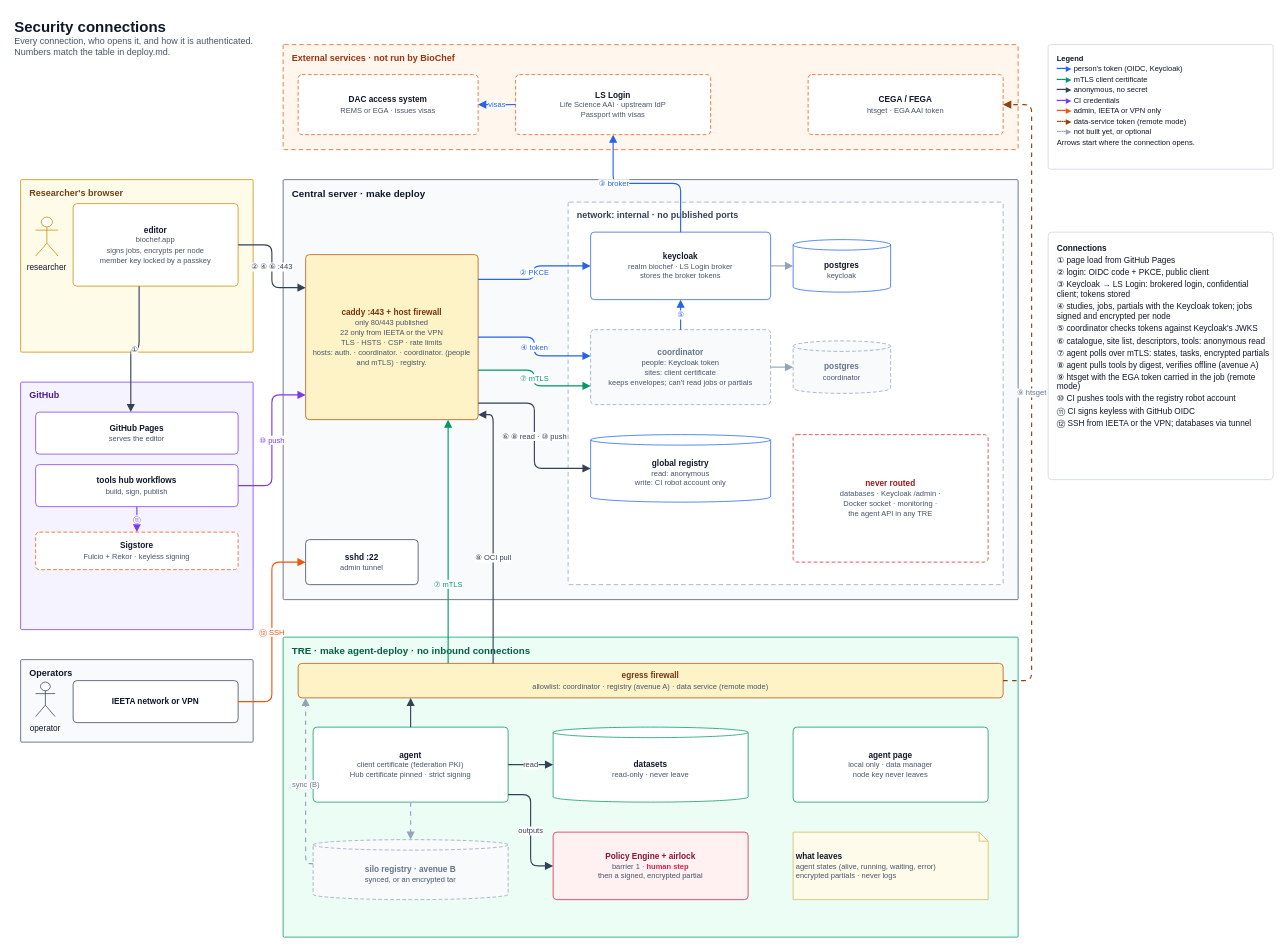
The draw.io diagram docs/diagrams/05-security-connections.drawio in ieeta-pt/biochef-infra, before the edit. Source tidied: cells renumbered, new cells numbered last; positions are measured from the earlier drawing's top-left corner, leaving out a move shared by most shapes. Both pictures are drawn from the tidied source at 75%, with x=0, y=0 at pixel (13, 13).
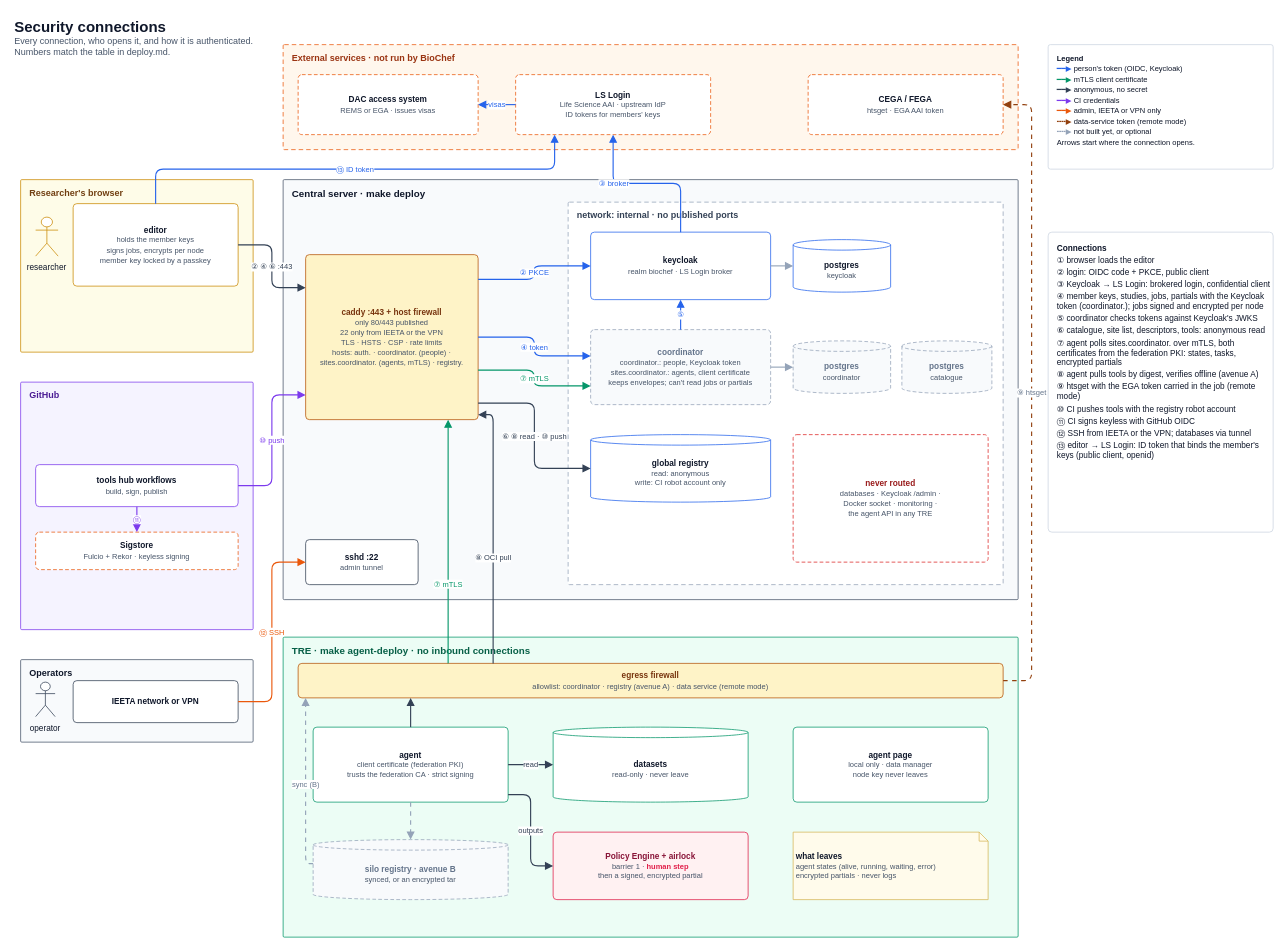
Above is the later version.

The change refers to these unchanged cells:
```xml
<mxCell id="3" value="External services · not run by BioChef" style="rounded=1;arcSize=3;absoluteArcSize=1;html=1;whiteSpace=wrap;verticalAlign=top;align=left;spacingLeft=10;spacingTop=4;fontSize=12;fontStyle=1;fillColor=#fff7ed;strokeColor=#ea580c;fontColor=#9a3412;dashed=1;dashPattern=6 4;" parent="1" vertex="1">
  <mxGeometry x="360" y="42" width="980" height="140" as="geometry" />
</mxCell>
<mxCell id="7" value="Researcher's browser" style="rounded=1;arcSize=3;absoluteArcSize=1;html=1;whiteSpace=wrap;verticalAlign=top;align=left;spacingLeft=10;spacingTop=4;fontSize=12;fontStyle=1;fillColor=#fefce8;strokeColor=#ca8a04;fontColor=#713f12;" parent="1" vertex="1">
  <mxGeometry x="10" y="222" width="310" height="230" as="geometry" />
</mxCell>
<mxCell id="10" value="GitHub" style="rounded=1;arcSize=3;absoluteArcSize=1;html=1;whiteSpace=wrap;verticalAlign=top;align=left;spacingLeft=10;spacingTop=4;fontSize=12;fontStyle=1;fillColor=#f5f3ff;strokeColor=#7c3aed;fontColor=#4c1d95;" parent="1" vertex="1">
  <mxGeometry x="10" y="492" width="310" height="330" as="geometry" />
</mxCell>
<mxCell id="17" value="Central server · make deploy" style="rounded=1;arcSize=3;absoluteArcSize=1;html=1;whiteSpace=wrap;verticalAlign=top;align=left;spacingLeft=10;spacingTop=4;fontSize=13;fontStyle=1;fillColor=#f8fafc;strokeColor=#475569;fontColor=#0f172a;" parent="1" vertex="1">
  <mxGeometry x="360" y="222" width="980" height="560" as="geometry" />
</mxCell>
<mxCell id="20" value="network: internal · no published ports" style="rounded=1;arcSize=3;absoluteArcSize=1;html=1;whiteSpace=wrap;verticalAlign=top;align=left;spacingLeft=10;spacingTop=4;fontSize=12;fontStyle=1;fillColor=#ffffff;strokeColor=#94a3b8;fontColor=#334155;dashed=1;dashPattern=6 4;" parent="17" vertex="1">
  <mxGeometry x="380" y="30" width="580" height="510" as="geometry" />
</mxCell>
<mxCell id="27" value="TRE · make agent-deploy · no inbound connections" style="rounded=1;arcSize=3;absoluteArcSize=1;html=1;whiteSpace=wrap;verticalAlign=top;align=left;spacingLeft=10;spacingTop=4;fontSize=13;fontStyle=1;fillColor=#ecfdf5;strokeColor=#059669;fontColor=#065f46;" parent="1" vertex="1">
  <mxGeometry x="360" y="832" width="980" height="400" as="geometry" />
</mxCell>
```

Change to the diagram source:
```diff
@@
-    <mxCell id="5" value="&lt;b&gt;LS Login&lt;/b&gt;&lt;br&gt;&lt;font style=&quot;font-size:10px&quot; color=&quot;#475569&quot;&gt;Life Science AAI · upstream IdP&lt;/font&gt;&lt;br&gt;&lt;font style=&quot;font-size:10px&quot; color=&quot;#475569&quot;&gt;Passport with visas&lt;/font&gt;" style="html=1;whiteSpace=wrap;fontSize=11;fillColor=#ffffff;strokeColor=#ea580c;fontColor=#0f172a;align=center;verticalAlign=middle;spacing=4;dashed=1;dashPattern=5 3;rounded=1;arcSize=10;absoluteArcSize=1;" parent="3" vertex="1">
+    <mxCell id="5" value="&lt;b&gt;LS Login&lt;/b&gt;&lt;br&gt;&lt;font style=&quot;font-size:10px&quot; color=&quot;#475569&quot;&gt;Life Science AAI · upstream IdP&lt;/font&gt;&lt;br&gt;&lt;font style=&quot;font-size:10px&quot; color=&quot;#475569&quot;&gt;ID tokens for members' keys&lt;/font&gt;" style="html=1;whiteSpace=wrap;fontSize=11;fillColor=#ffffff;strokeColor=#ea580c;fontColor=#0f172a;align=center;verticalAlign=middle;spacing=4;dashed=1;dashPattern=5 3;rounded=1;arcSize=10;absoluteArcSize=1;" parent="3" vertex="1">
       <mxGeometry x="310" y="40" width="260" height="80" as="geometry" />
     </mxCell>
@@
-    <mxCell id="9" value="&lt;b&gt;editor&lt;/b&gt;&lt;br&gt;&lt;font style=&quot;font-size:10px&quot; color=&quot;#475569&quot;&gt;biochef.app&lt;/font&gt;&lt;br&gt;&lt;font style=&quot;font-size:10px&quot; color=&quot;#475569&quot;&gt;signs jobs, encrypts per node&lt;/font&gt;&lt;br&gt;&lt;font style=&quot;font-size:10px&quot; color=&quot;#475569&quot;&gt;member key locked by a passkey&lt;/font&gt;" style="html=1;whiteSpace=wrap;fontSize=11;fillColor=#ffffff;strokeColor=#ca8a04;fontColor=#0f172a;align=center;verticalAlign=middle;spacing=4;rounded=1;arcSize=10;absoluteArcSize=1;" parent="7" vertex="1">
+    <mxCell id="9" value="&lt;b&gt;editor&lt;/b&gt;&lt;br&gt;&lt;font style=&quot;font-size:10px&quot; color=&quot;#475569&quot;&gt;holds the member keys&lt;/font&gt;&lt;br&gt;&lt;font style=&quot;font-size:10px&quot; color=&quot;#475569&quot;&gt;signs jobs, encrypts per node&lt;/font&gt;&lt;br&gt;&lt;font style=&quot;font-size:10px&quot; color=&quot;#475569&quot;&gt;member key locked by a passkey&lt;/font&gt;" style="html=1;whiteSpace=wrap;fontSize=11;fillColor=#ffffff;strokeColor=#ca8a04;fontColor=#0f172a;align=center;verticalAlign=middle;spacing=4;rounded=1;arcSize=10;absoluteArcSize=1;" parent="7" vertex="1">
       <mxGeometry x="70" y="32" width="220" height="110" as="geometry" />
     </mxCell>
@@
-    <mxCell id="11" value="&lt;b&gt;GitHub Pages&lt;/b&gt;&lt;br&gt;&lt;font style=&quot;font-size:10px&quot; color=&quot;#475569&quot;&gt;serves the editor&lt;/font&gt;" style="html=1;whiteSpace=wrap;fontSize=11;fillColor=#ffffff;strokeColor=#7c3aed;fontColor=#0f172a;align=center;verticalAlign=middle;spacing=4;rounded=1;arcSize=10;absoluteArcSize=1;" parent="10" vertex="1">
-      <mxGeometry x="20" y="40" width="270" height="56" as="geometry" />
-    </mxCell>
@@
-    <mxCell id="18" value="&lt;b&gt;caddy :443 + host firewall&lt;/b&gt;&lt;br&gt;&lt;font style=&quot;font-size:10px&quot; color=&quot;#475569&quot;&gt;only 80/443 published&lt;/font&gt;&lt;br&gt;&lt;font style=&quot;font-size:10px&quot; color=&quot;#475569&quot;&gt;22 only from IEETA or the VPN&lt;/font&gt;&lt;br&gt;&lt;font style=&quot;font-size:10px&quot; color=&quot;#475569&quot;&gt;TLS · HSTS · CSP · rate limits&lt;/font&gt;&lt;br&gt;&lt;font style=&quot;font-size:10px&quot; color=&quot;#475569&quot;&gt;hosts: auth. · coordinator. · coordinator. (people and mTLS) · registry.&lt;/font&gt;" style="html=1;whiteSpace=wrap;fontSize=11;fillColor=#fef3c7;strokeColor=#b45309;fontColor=#78350f;align=center;verticalAlign=middle;spacing=4;rounded=1;arcSize=10;absoluteArcSize=1;" parent="17" vertex="1">
+    <mxCell id="18" value="&lt;b&gt;caddy :443 + host firewall&lt;/b&gt;&lt;br&gt;&lt;font style=&quot;font-size:10px&quot; color=&quot;#475569&quot;&gt;only 80/443 published&lt;/font&gt;&lt;br&gt;&lt;font style=&quot;font-size:10px&quot; color=&quot;#475569&quot;&gt;22 only from IEETA or the VPN&lt;/font&gt;&lt;br&gt;&lt;font style=&quot;font-size:10px&quot; color=&quot;#475569&quot;&gt;TLS · HSTS · CSP · rate limits&lt;/font&gt;&lt;br&gt;&lt;font style=&quot;font-size:10px&quot; color=&quot;#475569&quot;&gt;hosts: auth. · coordinator. (people) · sites.coordinator. (agents, mTLS) · registry.&lt;/font&gt;" style="html=1;whiteSpace=wrap;fontSize=11;fillColor=#fef3c7;strokeColor=#b45309;fontColor=#78350f;align=center;verticalAlign=middle;spacing=4;rounded=1;arcSize=10;absoluteArcSize=1;" parent="17" vertex="1">
       <mxGeometry x="30" y="100" width="230" height="220" as="geometry" />
     </mxCell>
@@
-    <mxCell id="21" value="&lt;b&gt;keycloak&lt;/b&gt;&lt;br&gt;&lt;font style=&quot;font-size:10px&quot; color=&quot;#475569&quot;&gt;realm biochef · LS Login broker&lt;/font&gt;&lt;br&gt;&lt;font style=&quot;font-size:10px&quot; color=&quot;#475569&quot;&gt;stores the broker tokens&lt;/font&gt;" style="html=1;whiteSpace=wrap;fontSize=11;fillColor=#ffffff;strokeColor=#2563eb;fontColor=#0f172a;align=center;verticalAlign=middle;spacing=4;rounded=1;arcSize=10;absoluteArcSize=1;" parent="20" vertex="1">
+    <mxCell id="21" value="&lt;b&gt;keycloak&lt;/b&gt;&lt;br&gt;&lt;font style=&quot;font-size:10px&quot; color=&quot;#475569&quot;&gt;realm biochef · LS Login broker&lt;/font&gt;" style="html=1;whiteSpace=wrap;fontSize=11;fillColor=#ffffff;strokeColor=#2563eb;fontColor=#0f172a;align=center;verticalAlign=middle;spacing=4;rounded=1;arcSize=10;absoluteArcSize=1;" parent="20" vertex="1">
       <mxGeometry x="30" y="40" width="240" height="90" as="geometry" />
     </mxCell>
@@
-    <mxCell id="23" value="&lt;b&gt;coordinator&lt;/b&gt;&lt;br&gt;&lt;font style=&quot;font-size:10px&quot; color=&quot;#475569&quot;&gt;people: Keycloak token&lt;/font&gt;&lt;br&gt;&lt;font style=&quot;font-size:10px&quot; color=&quot;#475569&quot;&gt;sites: client certificate&lt;/font&gt;&lt;br&gt;&lt;font style=&quot;font-size:10px&quot; color=&quot;#475569&quot;&gt;keeps envelopes; can't read jobs or partials&lt;/font&gt;" style="html=1;whiteSpace=wrap;fontSize=11;fillColor=#f8fafc;strokeColor=#94a3b8;fontColor=#64748b;align=center;verticalAlign=middle;spacing=4;dashed=1;dashPattern=5 3;rounded=1;arcSize=10;absoluteArcSize=1;" parent="20" vertex="1">
+    <mxCell id="23" value="&lt;b&gt;coordinator&lt;/b&gt;&lt;br&gt;&lt;font style=&quot;font-size:10px&quot; color=&quot;#475569&quot;&gt;coordinator.: people, Keycloak token&lt;/font&gt;&lt;br&gt;&lt;font style=&quot;font-size:10px&quot; color=&quot;#475569&quot;&gt;sites.coordinator.: agents, client certificate&lt;/font&gt;&lt;br&gt;&lt;font style=&quot;font-size:10px&quot; color=&quot;#475569&quot;&gt;keeps envelopes; can't read jobs or partials&lt;/font&gt;" style="html=1;whiteSpace=wrap;fontSize=11;fillColor=#f8fafc;strokeColor=#94a3b8;fontColor=#64748b;align=center;verticalAlign=middle;spacing=4;dashed=1;dashPattern=5 3;rounded=1;arcSize=10;absoluteArcSize=1;" parent="20" vertex="1">
       <mxGeometry x="30" y="170" width="240" height="100" as="geometry" />
     </mxCell>
@@
+    <mxCell id="59" value="&lt;b&gt;postgres&lt;/b&gt;&lt;br&gt;&lt;font style=&quot;font-size:10px&quot; color=&quot;#475569&quot;&gt;catalogue&lt;/font&gt;" style="html=1;whiteSpace=wrap;fontSize=11;fillColor=#f8fafc;strokeColor=#94a3b8;fontColor=#64748b;align=center;verticalAlign=middle;spacing=4;dashed=1;dashPattern=5 3;shape=cylinder3;boundedLbl=1;backgroundOutline=1;size=7;" parent="20" vertex="1">
+      <mxGeometry x="445" y="185" width="120" height="70" as="geometry" />
+    </mxCell>
@@
-    <mxCell id="29" value="&lt;b&gt;agent&lt;/b&gt;&lt;br&gt;&lt;font style=&quot;font-size:10px&quot; color=&quot;#475569&quot;&gt;client certificate (federation PKI)&lt;/font&gt;&lt;br&gt;&lt;font style=&quot;font-size:10px&quot; color=&quot;#475569&quot;&gt;Hub certificate pinned · strict signing&lt;/font&gt;" style="html=1;whiteSpace=wrap;fontSize=11;fillColor=#ffffff;strokeColor=#059669;fontColor=#0f172a;align=center;verticalAlign=middle;spacing=4;rounded=1;arcSize=10;absoluteArcSize=1;" parent="27" vertex="1">
+    <mxCell id="29" value="&lt;b&gt;agent&lt;/b&gt;&lt;br&gt;&lt;font style=&quot;font-size:10px&quot; color=&quot;#475569&quot;&gt;client certificate (federation PKI)&lt;/font&gt;&lt;br&gt;&lt;font style=&quot;font-size:10px&quot; color=&quot;#475569&quot;&gt;trusts the federation CA · strict signing&lt;/font&gt;" style="html=1;whiteSpace=wrap;fontSize=11;fillColor=#ffffff;strokeColor=#059669;fontColor=#0f172a;align=center;verticalAlign=middle;spacing=4;rounded=1;arcSize=10;absoluteArcSize=1;" parent="27" vertex="1">
       <mxGeometry x="40" y="120" width="260" height="100" as="geometry" />
     </mxCell>
@@
-    <mxCell id="36" value="&lt;b&gt;Connections&lt;/b&gt;&lt;div style='margin:3px 0'&gt;① page load from GitHub Pages&lt;/div&gt;&lt;div style='margin:3px 0'&gt;② login: OIDC code + PKCE, public client&lt;/div&gt;&lt;div style='margin:3px 0'&gt;③ Keycloak → LS Login: brokered login, confidential client; tokens stored&lt;/div&gt;&lt;div style='margin:3px 0'&gt;④ studies, jobs, partials with the Keycloak token; jobs signed and encrypted per node&lt;/div&gt;&lt;div style='margin:3px 0'&gt;⑤ coordinator checks tokens against Keycloak's JWKS&lt;/div&gt;&lt;div style='margin:3px 0'&gt;⑥ catalogue, site list, descriptors, tools: anonymous read&lt;/div&gt;&lt;div style='margin:3px 0'&gt;⑦ agent polls over mTLS: states, tasks, encrypted partials&lt;/div&gt;&lt;div style='margin:3px 0'&gt;⑧ agent pulls tools by digest, verifies offline (avenue A)&lt;/div&gt;&lt;div style='margin:3px 0'&gt;⑨ htsget with the EGA token carried in the job (remote mode)&lt;/div&gt;&lt;div style='margin:3px 0'&gt;⑩ CI pushes tools with the registry robot account&lt;/div&gt;&lt;div style='margin:3px 0'&gt;⑪ CI signs keyless with GitHub OIDC&lt;/div&gt;&lt;div style='margin:3px 0'&gt;⑫ SSH from IEETA or the VPN; databases via tunnel&lt;/div&gt;" style="html=1;whiteSpace=wrap;fontSize=11;fillColor=#ffffff;strokeColor=#334155;fontColor=#0f172a;align=left;verticalAlign=middle;spacing=4;rounded=1;arcSize=10;absoluteArcSize=1;verticalAlign=top;spacingLeft=8;spacingTop=6;strokeColor=#cbd5e1;" parent="1" vertex="1">
-      <mxGeometry x="1380" y="292" width="300" height="330" as="geometry" />
+    <mxCell id="36" value="&lt;b&gt;Connections&lt;/b&gt;&lt;div style='margin:3px 0'&gt;① browser loads the editor&lt;/div&gt;&lt;div style='margin:3px 0'&gt;② login: OIDC code + PKCE, public client&lt;/div&gt;&lt;div style='margin:3px 0'&gt;③ Keycloak → LS Login: brokered login, confidential client&lt;/div&gt;&lt;div style='margin:3px 0'&gt;④ member keys, studies, jobs, partials with the Keycloak token (coordinator.); jobs signed and encrypted per node&lt;/div&gt;&lt;div style='margin:3px 0'&gt;⑤ coordinator checks tokens against Keycloak's JWKS&lt;/div&gt;&lt;div style='margin:3px 0'&gt;⑥ catalogue, site list, descriptors, tools: anonymous read&lt;/div&gt;&lt;div style='margin:3px 0'&gt;⑦ agent polls sites.coordinator. over mTLS, both certificates from the federation PKI: states, tasks, encrypted partials&lt;/div&gt;&lt;div style='margin:3px 0'&gt;⑧ agent pulls tools by digest, verifies offline (avenue A)&lt;/div&gt;&lt;div style='margin:3px 0'&gt;⑨ htsget with the EGA token carried in the job (remote mode)&lt;/div&gt;&lt;div style='margin:3px 0'&gt;⑩ CI pushes tools with the registry robot account&lt;/div&gt;&lt;div style='margin:3px 0'&gt;⑪ CI signs keyless with GitHub OIDC&lt;/div&gt;&lt;div style='margin:3px 0'&gt;⑫ SSH from IEETA or the VPN; databases via tunnel&lt;/div&gt;&lt;div style='margin:3px 0'&gt;⑬ editor → LS Login: ID token that binds the member's keys (public client, openid)&lt;/div&gt;" style="html=1;whiteSpace=wrap;fontSize=11;fillColor=#ffffff;strokeColor=#334155;fontColor=#0f172a;align=left;verticalAlign=middle;spacing=4;rounded=1;arcSize=10;absoluteArcSize=1;verticalAlign=top;spacingLeft=8;spacingTop=6;strokeColor=#cbd5e1;" parent="1" vertex="1">
+      <mxGeometry x="1380" y="292" width="300" height="400" as="geometry" />
     </mxCell>
-    <mxCell id="37" value="①" style="html=1;rounded=1;fontSize=10;labelBackgroundColor=#ffffff;strokeWidth=1.5;endSize=7;jumpStyle=arc;jumpSize=8;edgeStyle=orthogonalEdgeStyle;jettySize=auto;endArrow=block;endFill=1;strokeColor=#334155;fontColor=#334155;exitX=0.4;exitY=1;exitDx=0;exitDy=0;entryX=0.47;entryY=0;entryDx=0;entryDy=0;" parent="1" edge="1" source="9" target="11">
-      <mxGeometry relative="1" as="geometry" />
-    </mxCell>
@@
+    <mxCell id="60" value="⑬ ID token" style="html=1;rounded=1;fontSize=10;labelBackgroundColor=#ffffff;strokeWidth=1.5;endSize=7;jumpStyle=arc;jumpSize=8;edgeStyle=orthogonalEdgeStyle;jettySize=auto;endArrow=block;endFill=1;strokeColor=#2563eb;fontColor=#2563eb;exitX=0.5;exitY=0;exitDx=0;exitDy=0;entryX=0.2;entryY=1;entryDx=0;entryDy=0;" parent="1" edge="1" source="9" target="5">
+      <mxGeometry relative="1" as="geometry" />
+    </mxCell>
```
